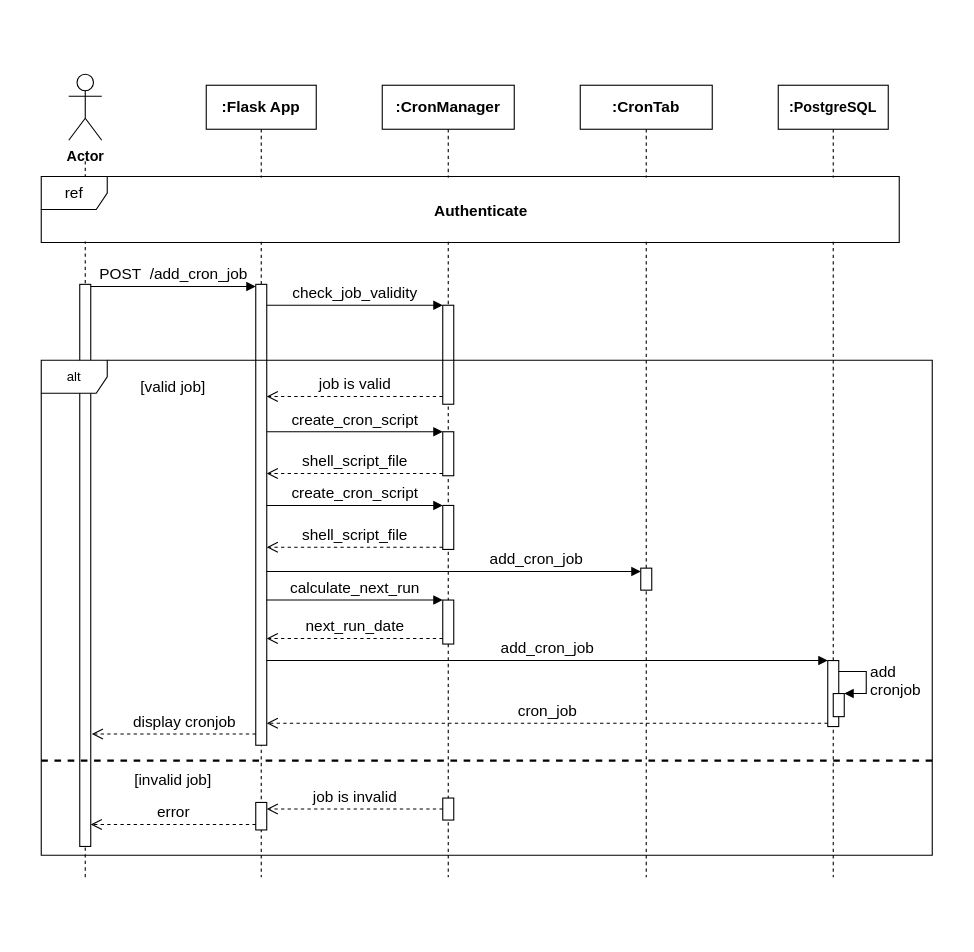
Above: sequence_schedule_task.drawio in DrXneaky/Diagram (draw.io), before the change. Source tidied: cells renumbered, new cells numbered last; positions are measured from the earlier drawing's top-left corner, leaving out a move shared by most shapes. Both pictures are drawn from the tidied source at 110%, with x=0, y=0 at pixel (41, 74).
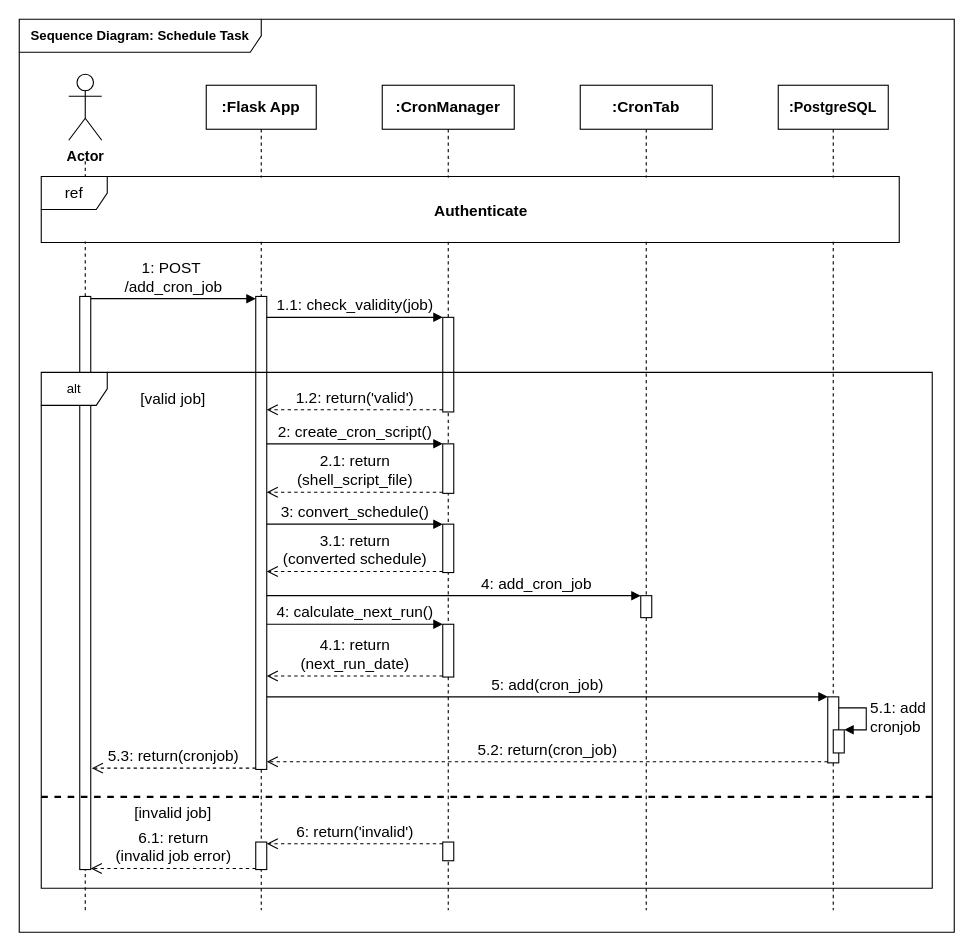
Above is the later version.

What changed in the source:
```diff
@@
+    <mxCell id="41" value="&lt;b&gt;&lt;font face=&quot;Old Standard TT&quot;&gt;Sequence Diagram: Schedule Task&lt;/font&gt;&lt;/b&gt;" style="shape=umlFrame;whiteSpace=wrap;html=1;width=220;height=30;" parent="1" vertex="1">
+      <mxGeometry x="-20" y="-50" width="850" height="830" as="geometry" />
+    </mxCell>
     <mxCell id="2" style="endArrow=none;dashed=1;html=1;" parent="1" edge="1">
       <mxGeometry relative="1" as="geometry">
-        <mxPoint x="40" y="730" as="sourcePoint" />
+        <mxPoint x="40" y="760" as="sourcePoint" />
         <mxPoint x="40" y="78" as="targetPoint" />
       </mxGeometry>
     </mxCell>
     <mxCell id="3" value="&lt;font face=&quot;Old Standard TT&quot; size=&quot;1&quot;&gt;&lt;b style=&quot;font-size: 14px&quot;&gt;:CronTab&lt;/b&gt;&lt;/font&gt;" style="shape=umlLifeline;perimeter=lifelinePerimeter;whiteSpace=wrap;html=1;" parent="1" vertex="1">
-      <mxGeometry x="490" y="10" width="120" height="720" as="geometry" />
+      <mxGeometry x="490" y="10" width="120" height="750" as="geometry" />
     </mxCell>
     <mxCell id="4" value="&lt;font face=&quot;Old Standard TT&quot; size=&quot;1&quot;&gt;&lt;b style=&quot;font-size: 13px&quot;&gt;:PostgreSQL&lt;/b&gt;&lt;/font&gt;" style="shape=umlLifeline;perimeter=lifelinePerimeter;whiteSpace=wrap;html=1;" parent="1" vertex="1">
-      <mxGeometry x="670" y="10" width="100" height="720" as="geometry" />
+      <mxGeometry x="670" y="10" width="100" height="750" as="geometry" />
     </mxCell>
     <mxCell id="5" style="html=1;points=[];perimeter=orthogonalPerimeter;strokeWidth=1;fontFamily=Old Standard TT;fontSize=14;" parent="4" vertex="1">
-      <mxGeometry x="45" y="523" width="10" height="60" as="geometry" />
+      <mxGeometry x="45" y="556" width="10" height="60" as="geometry" />
     </mxCell>
     <mxCell id="6" style="html=1;points=[];perimeter=orthogonalPerimeter;strokeWidth=1;fontFamily=Old Standard TT;fontSize=14;" parent="4" vertex="1">
-      <mxGeometry x="50" y="553" width="10" height="21" as="geometry" />
+      <mxGeometry x="50" y="586" width="10" height="21" as="geometry" />
     </mxCell>
-    <mxCell id="7" value="add&lt;br&gt;cronjob" style="edgeStyle=orthogonalEdgeStyle;html=1;align=left;spacingLeft=2;endArrow=block;rounded=0;entryX=1;entryY=0;labelBackgroundColor=none;strokeWidth=1;fontFamily=Old Standard TT;fontSize=14;" parent="4" edge="1" target="6">
+    <mxCell id="7" value="5.1: add&lt;br&gt;cronjob" style="edgeStyle=orthogonalEdgeStyle;html=1;align=left;spacingLeft=2;endArrow=block;rounded=0;entryX=1;entryY=0;labelBackgroundColor=none;strokeWidth=1;fontFamily=Old Standard TT;fontSize=14;" parent="4" edge="1" target="6">
       <mxGeometry relative="1" as="geometry">
-        <mxPoint x="55" y="533" as="sourcePoint" />
+        <mxPoint x="55" y="566" as="sourcePoint" />
         <Array as="points">
-          <mxPoint x="80" y="533" />
+          <mxPoint x="80" y="566" />
         </Array>
       </mxGeometry>
     </mxCell>
@@
     <mxCell id="9" value="&lt;font face=&quot;Old Standard TT&quot; size=&quot;1&quot;&gt;&lt;b style=&quot;font-size: 14px&quot;&gt;:Flask App&lt;/b&gt;&lt;/font&gt;" style="shape=umlLifeline;perimeter=lifelinePerimeter;whiteSpace=wrap;html=1;" parent="1" vertex="1">
-      <mxGeometry x="150" y="10" width="100" height="720" as="geometry" />
+      <mxGeometry x="150" y="10" width="100" height="750" as="geometry" />
     </mxCell>
     <mxCell id="10" style="html=1;points=[];perimeter=orthogonalPerimeter;" parent="9" vertex="1">
-      <mxGeometry x="45" y="181" width="10" height="419" as="geometry" />
+      <mxGeometry x="45" y="192" width="10" height="430" as="geometry" />
     </mxCell>
     <mxCell id="11" style="html=1;points=[];perimeter=orthogonalPerimeter;strokeWidth=1;fontFamily=Old Standard TT;fontSize=14;" parent="9" vertex="1">
-      <mxGeometry x="45" y="652" width="10" height="25" as="geometry" />
+      <mxGeometry x="45" y="688" width="10" height="25" as="geometry" />
     </mxCell>
-    <mxCell id="12" value="&lt;font face=&quot;Old Standard TT&quot; style=&quot;font-size: 14px&quot;&gt;POST&amp;nbsp; /add_cron_job&lt;/font&gt;" style="html=1;verticalAlign=bottom;endArrow=block;labelBackgroundColor=none;" parent="1" edge="1">
+    <mxCell id="12" value="&lt;font face=&quot;Old Standard TT&quot; style=&quot;font-size: 14px&quot;&gt;1: POST&amp;nbsp; &lt;br&gt;/add_cron_job&lt;/font&gt;" style="html=1;verticalAlign=bottom;endArrow=block;labelBackgroundColor=none;" parent="1" edge="1">
       <mxGeometry relative="1" as="geometry">
-        <mxPoint x="45" y="193" as="sourcePoint" />
-        <mxPoint x="195" y="193" as="targetPoint" />
+        <mxPoint x="45" y="204" as="sourcePoint" />
+        <mxPoint x="195" y="204" as="targetPoint" />
       </mxGeometry>
     </mxCell>
     <mxCell id="13" style="html=1;points=[];perimeter=orthogonalPerimeter;" parent="1" vertex="1">
-      <mxGeometry x="35" y="191" width="10" height="511" as="geometry" />
+      <mxGeometry x="35" y="202" width="10" height="521" as="geometry" />
     </mxCell>
     <mxCell id="14" value="&lt;font face=&quot;Old Standard TT&quot; size=&quot;1&quot;&gt;&lt;b style=&quot;font-size: 14px&quot;&gt;:CronManager&lt;/b&gt;&lt;/font&gt;" style="shape=umlLifeline;perimeter=lifelinePerimeter;whiteSpace=wrap;html=1;" parent="1" vertex="1">
-      <mxGeometry x="310" y="10" width="120" height="720" as="geometry" />
+      <mxGeometry x="310" y="10" width="120" height="750" as="geometry" />
     </mxCell>
     <mxCell id="15" style="html=1;perimeter=orthogonalPerimeter;" parent="14" vertex="1">
-      <mxGeometry x="235" y="439" width="10" height="20" as="geometry" />
+      <mxGeometry x="235" y="464" width="10" height="20" as="geometry" />
     </mxCell>
     <mxCell id="16" style="html=1;points=[];perimeter=orthogonalPerimeter;fontFamily=Old Standard TT;fontSize=14;" parent="14" vertex="1">
-      <mxGeometry x="55" y="382" width="10" height="40" as="geometry" />
+      <mxGeometry x="55" y="399" width="10" height="44" as="geometry" />
     </mxCell>
     <mxCell id="17" style="html=1;points=[];perimeter=orthogonalPerimeter;strokeWidth=1;fontFamily=Old Standard TT;fontSize=14;" parent="14" vertex="1">
-      <mxGeometry x="55" y="200" width="10" height="90" as="geometry" />
+      <mxGeometry x="55" y="211" width="10" height="86" as="geometry" />
     </mxCell>
     <mxCell id="18" style="html=1;points=[];perimeter=orthogonalPerimeter;fontFamily=Old Standard TT;fontSize=14;" parent="14" vertex="1">
-      <mxGeometry x="55" y="315" width="10" height="40" as="geometry" />
+      <mxGeometry x="55" y="326" width="10" height="45" as="geometry" />
     </mxCell>
-    <mxCell id="19" value="shell_script_file" style="html=1;verticalAlign=bottom;endArrow=open;dashed=1;endSize=8;exitX=0;exitY=0.95;labelBackgroundColor=none;fontFamily=Old Standard TT;fontSize=14;" parent="14" edge="1" source="18">
+    <mxCell id="19" value="2.1: return&lt;br&gt;(shell_script_file)" style="html=1;verticalAlign=bottom;endArrow=open;dashed=1;endSize=8;exitX=0;exitY=0.95;labelBackgroundColor=none;fontFamily=Old Standard TT;fontSize=14;" parent="14" edge="1">
       <mxGeometry relative="1" as="geometry">
-        <mxPoint x="-105" y="353" as="targetPoint" />
+        <mxPoint x="55" y="370" as="sourcePoint" />
+        <mxPoint x="-105" y="370" as="targetPoint" />
       </mxGeometry>
     </mxCell>
-    <mxCell id="20" value="create_cron_script" style="html=1;verticalAlign=bottom;endArrow=block;entryX=0;entryY=0;labelBackgroundColor=none;fontFamily=Old Standard TT;fontSize=14;" parent="14" edge="1" target="18">
+    <mxCell id="20" value="2: create_cron_script()" style="html=1;verticalAlign=bottom;endArrow=block;entryX=0;entryY=0;labelBackgroundColor=none;fontFamily=Old Standard TT;fontSize=14;" parent="14" edge="1" target="18">
       <mxGeometry relative="1" as="geometry">
-        <mxPoint x="-105" y="315" as="sourcePoint" />
+        <mxPoint x="-105" y="326" as="sourcePoint" />
       </mxGeometry>
     </mxCell>
     <mxCell id="21" style="html=1;points=[];perimeter=orthogonalPerimeter;strokeWidth=1;fontFamily=Old Standard TT;fontSize=14;" parent="14" vertex="1">
-      <mxGeometry x="55" y="648" width="10" height="20" as="geometry" />
+      <mxGeometry x="55" y="688" width="10" height="17" as="geometry" />
     </mxCell>
@@
-    <mxCell id="24" value="&lt;font style=&quot;font-size: 14px&quot; face=&quot;Old Standard TT&quot;&gt;add_cron_job&lt;/font&gt;" style="html=1;verticalAlign=bottom;endArrow=block;labelBackgroundColor=none;" parent="1" edge="1">
+    <mxCell id="24" value="&lt;font style=&quot;font-size: 14px&quot; face=&quot;Old Standard TT&quot;&gt;4: add_cron_job&lt;/font&gt;" style="html=1;verticalAlign=bottom;endArrow=block;labelBackgroundColor=none;" parent="1" edge="1">
       <mxGeometry x="0.44" relative="1" as="geometry">
-        <mxPoint x="205" y="452" as="sourcePoint" />
-        <mxPoint x="545" y="452" as="targetPoint" />
+        <mxPoint x="205" y="474" as="sourcePoint" />
+        <mxPoint x="545" y="474" as="targetPoint" />
       </mxGeometry>
     </mxCell>
     <mxCell id="25" value="[valid job]" style="text;align=center;fontStyle=0;verticalAlign=middle;spacingLeft=3;spacingRight=3;strokeColor=none;fontFamily=Old Standard TT;fontSize=14;" parent="1" vertex="1">
-      <mxGeometry x="80" y="270" width="80" height="26" as="geometry" />
+      <mxGeometry x="80" y="281" width="80" height="26" as="geometry" />
     </mxCell>
-    <mxCell id="26" value="shell_script_file" style="html=1;verticalAlign=bottom;endArrow=open;dashed=1;endSize=8;exitX=0;exitY=0.95;labelBackgroundColor=none;fontFamily=Old Standard TT;fontSize=14;" parent="1" edge="1" source="16">
+    <mxCell id="26" value="3.1: return&lt;br&gt;(converted schedule)" style="html=1;verticalAlign=bottom;endArrow=open;dashed=1;endSize=8;exitX=0;exitY=0.95;labelBackgroundColor=none;fontFamily=Old Standard TT;fontSize=14;" parent="1" edge="1">
       <mxGeometry relative="1" as="geometry">
-        <mxPoint x="205" y="430" as="targetPoint" />
+        <mxPoint x="365" y="452" as="sourcePoint" />
+        <mxPoint x="205" y="452" as="targetPoint" />
       </mxGeometry>
     </mxCell>
-    <mxCell id="27" value="create_cron_script" style="html=1;verticalAlign=bottom;endArrow=block;entryX=0;entryY=0;labelBackgroundColor=none;fontFamily=Old Standard TT;fontSize=14;" parent="1" edge="1" target="16">
+    <mxCell id="27" value="3: convert_schedule()" style="html=1;verticalAlign=bottom;endArrow=block;entryX=0;entryY=0;labelBackgroundColor=none;fontFamily=Old Standard TT;fontSize=14;" parent="1" edge="1" target="16">
       <mxGeometry relative="1" as="geometry">
-        <mxPoint x="205" y="392" as="sourcePoint" />
+        <mxPoint x="205" y="409" as="sourcePoint" />
       </mxGeometry>
     </mxCell>
     <mxCell id="28" style="html=1;points=[];perimeter=orthogonalPerimeter;fontFamily=Old Standard TT;fontSize=14;" parent="1" vertex="1">
-      <mxGeometry x="365" y="478" width="10" height="40" as="geometry" />
+      <mxGeometry x="365" y="500" width="10" height="48" as="geometry" />
     </mxCell>
-    <mxCell id="29" value="next_run_date" style="html=1;verticalAlign=bottom;endArrow=open;dashed=1;endSize=8;exitX=0;exitY=0.95;labelBackgroundColor=none;fontFamily=Old Standard TT;fontSize=14;" parent="1" edge="1">
+    <mxCell id="29" value="4.1: return&lt;br&gt;(next_run_date)" style="html=1;verticalAlign=bottom;endArrow=open;dashed=1;endSize=8;exitX=0;exitY=0.95;labelBackgroundColor=none;fontFamily=Old Standard TT;fontSize=14;" parent="1" edge="1">
       <mxGeometry relative="1" as="geometry">
-        <mxPoint x="365" y="513" as="sourcePoint" />
-        <mxPoint x="205" y="513" as="targetPoint" />
+        <mxPoint x="365" y="547" as="sourcePoint" />
+        <mxPoint x="205" y="547" as="targetPoint" />
       </mxGeometry>
     </mxCell>
-    <mxCell id="30" value="calculate_next_run" style="html=1;verticalAlign=bottom;endArrow=block;entryX=0;entryY=0;labelBackgroundColor=none;fontFamily=Old Standard TT;fontSize=14;" parent="1" edge="1" target="28">
+    <mxCell id="30" value="4: calculate_next_run()" style="html=1;verticalAlign=bottom;endArrow=block;entryX=0;entryY=0;labelBackgroundColor=none;fontFamily=Old Standard TT;fontSize=14;" parent="1" edge="1" target="28">
       <mxGeometry relative="1" as="geometry">
-        <mxPoint x="205" y="478" as="sourcePoint" />
+        <mxPoint x="205" y="500" as="sourcePoint" />
       </mxGeometry>
     </mxCell>
     <mxCell id="31" value="[invalid job]" style="text;align=center;fontStyle=0;verticalAlign=middle;spacingLeft=3;spacingRight=3;strokeColor=none;fontFamily=Old Standard TT;fontSize=14;" parent="1" vertex="1">
-      <mxGeometry x="80" y="628" width="80" height="26" as="geometry" />
+      <mxGeometry x="80" y="658" width="80" height="26" as="geometry" />
     </mxCell>
-    <mxCell id="32" value="check_job_validity" style="html=1;verticalAlign=bottom;endArrow=block;entryX=0;entryY=0;labelBackgroundColor=none;fontFamily=Old Standard TT;fontSize=14;strokeWidth=1;" parent="1" edge="1" source="10" target="17">
+    <mxCell id="32" value="1.1: check_validity(job)" style="html=1;verticalAlign=bottom;endArrow=block;entryX=0;entryY=0;labelBackgroundColor=none;fontFamily=Old Standard TT;fontSize=14;strokeWidth=1;" parent="1" edge="1" source="10" target="17">
       <mxGeometry relative="1" as="geometry" />
     </mxCell>
-    <mxCell id="33" value="job is valid" style="html=1;verticalAlign=bottom;endArrow=open;endSize=8;labelBackgroundColor=none;fontFamily=Old Standard TT;fontSize=14;strokeWidth=1;dashed=1;" parent="1" edge="1" source="17">
+    <mxCell id="33" value="1.2: return('valid')" style="html=1;verticalAlign=bottom;endArrow=open;endSize=8;labelBackgroundColor=none;fontFamily=Old Standard TT;fontSize=14;strokeWidth=1;dashed=1;" parent="1" edge="1">
       <mxGeometry relative="1" as="geometry">
-        <mxPoint x="205" y="293" as="targetPoint" />
+        <mxPoint x="365" y="305" as="sourcePoint" />
+        <mxPoint x="205" y="305" as="targetPoint" />
       </mxGeometry>
     </mxCell>
-    <mxCell id="34" value="add_cron_job" style="html=1;verticalAlign=bottom;endArrow=block;entryX=0;entryY=0;labelBackgroundColor=none;strokeWidth=1;fontFamily=Old Standard TT;fontSize=14;" parent="1" edge="1" source="10" target="5">
-      <mxGeometry relative="1" as="geometry" />
+    <mxCell id="34" value="5: add(cron_job)" style="html=1;verticalAlign=bottom;endArrow=block;entryX=0;entryY=0;labelBackgroundColor=none;strokeWidth=1;fontFamily=Old Standard TT;fontSize=14;" parent="1" edge="1" target="5">
+      <mxGeometry relative="1" as="geometry">
+        <mxPoint x="205" y="566" as="sourcePoint" />
+      </mxGeometry>
     </mxCell>
-    <mxCell id="35" value="cron_job" style="html=1;verticalAlign=bottom;endArrow=open;dashed=1;endSize=8;exitX=0;exitY=0.95;labelBackgroundColor=none;strokeWidth=1;fontFamily=Old Standard TT;fontSize=14;" parent="1" edge="1" source="5" target="10">
-      <mxGeometry relative="1" as="geometry" />
+    <mxCell id="35" value="5.2: return(cron_job)" style="html=1;verticalAlign=bottom;endArrow=open;dashed=1;endSize=8;exitX=0;exitY=0.95;labelBackgroundColor=none;strokeWidth=1;fontFamily=Old Standard TT;fontSize=14;" parent="1" edge="1">
+      <mxGeometry relative="1" as="geometry">
+        <mxPoint x="715" y="625" as="sourcePoint" />
+        <mxPoint x="205" y="625" as="targetPoint" />
+      </mxGeometry>
     </mxCell>
-    <mxCell id="36" value="job is invalid" style="html=1;verticalAlign=bottom;endArrow=open;dashed=1;endSize=8;labelBackgroundColor=none;strokeWidth=1;fontFamily=Old Standard TT;fontSize=14;" parent="1" edge="1" source="21" target="11">
-      <mxGeometry relative="1" as="geometry" />
+    <mxCell id="36" value="6: return('invalid')" style="html=1;verticalAlign=bottom;endArrow=open;dashed=1;endSize=8;labelBackgroundColor=none;strokeWidth=1;fontFamily=Old Standard TT;fontSize=14;" parent="1" edge="1">
+      <mxGeometry relative="1" as="geometry">
+        <mxPoint x="365" y="699.5" as="sourcePoint" />
+        <mxPoint x="205" y="699.5" as="targetPoint" />
+      </mxGeometry>
     </mxCell>
-    <mxCell id="37" value="error" style="html=1;verticalAlign=bottom;endArrow=open;dashed=1;endSize=8;labelBackgroundColor=none;strokeWidth=1;fontFamily=Old Standard TT;fontSize=14;" parent="1" edge="1">
+    <mxCell id="37" value="6.1: return&lt;br&gt;(invalid job error)" style="html=1;verticalAlign=bottom;endArrow=open;dashed=1;endSize=8;labelBackgroundColor=none;strokeWidth=1;fontFamily=Old Standard TT;fontSize=14;" parent="1" edge="1">
       <mxGeometry relative="1" as="geometry">
-        <mxPoint x="195" y="682" as="sourcePoint" />
-        <mxPoint x="45" y="682" as="targetPoint" />
+        <mxPoint x="195" y="722" as="sourcePoint" />
+        <mxPoint x="45" y="722" as="targetPoint" />
       </mxGeometry>
     </mxCell>
-    <mxCell id="38" value="display cronjob" style="html=1;verticalAlign=bottom;endArrow=open;dashed=1;endSize=8;labelBackgroundColor=none;strokeWidth=1;fontFamily=Old Standard TT;fontSize=14;entryX=1.1;entryY=0.8;entryDx=0;entryDy=0;entryPerimeter=0;" parent="1" edge="1" source="10" target="13">
-      <mxGeometry x="-0.13" relative="1" as="geometry" />
+    <mxCell id="38" value="5.3: return(cronjob)" style="html=1;verticalAlign=bottom;endArrow=open;dashed=1;endSize=8;labelBackgroundColor=none;strokeWidth=1;fontFamily=Old Standard TT;fontSize=14;entryX=1.1;entryY=0.8;entryDx=0;entryDy=0;entryPerimeter=0;" parent="1" edge="1">
+      <mxGeometry x="0.01" relative="1" as="geometry">
+        <mxPoint x="195" y="630.8" as="sourcePoint" />
+        <mxPoint x="46" y="630.8" as="targetPoint" />
+      </mxGeometry>
     </mxCell>
     <mxCell id="39" style="line;strokeWidth=2;fillColor=none;align=left;verticalAlign=middle;spacingTop=-1;spacingLeft=3;spacingRight=3;labelPosition=right;fontFamily=Old Standard TT;fontSize=14;dashed=1;" parent="1" vertex="1">
-      <mxGeometry y="620" width="810" height="8" as="geometry" />
+      <mxGeometry y="653" width="810" height="8" as="geometry" />
     </mxCell>
     <mxCell id="40" value="alt" style="shape=umlFrame;whiteSpace=wrap;html=1;" parent="1" vertex="1">
-      <mxGeometry y="260" width="810" height="450" as="geometry" />
+      <mxGeometry y="271" width="810" height="469" as="geometry" />
     </mxCell>
```
